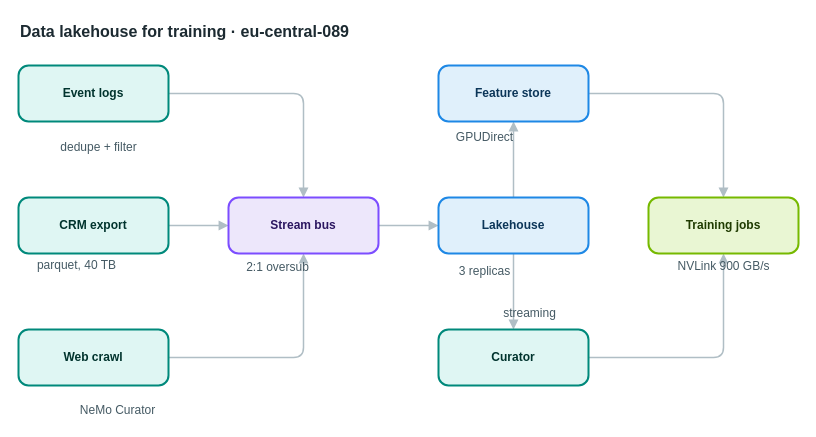
AryanG01/open-apprentice keeps this draw.io diagram as apps/web/public/samples/library/089-data-lakehouse-for-training.drawio. Above is the earlier version. Source tidied: cells renumbered, new cells numbered last; positions are measured from the earlier drawing's top-left corner, leaving out a move shared by most shapes. Both pictures are drawn from the tidied source at 100%, with x=0, y=0 at pixel (18, 17).
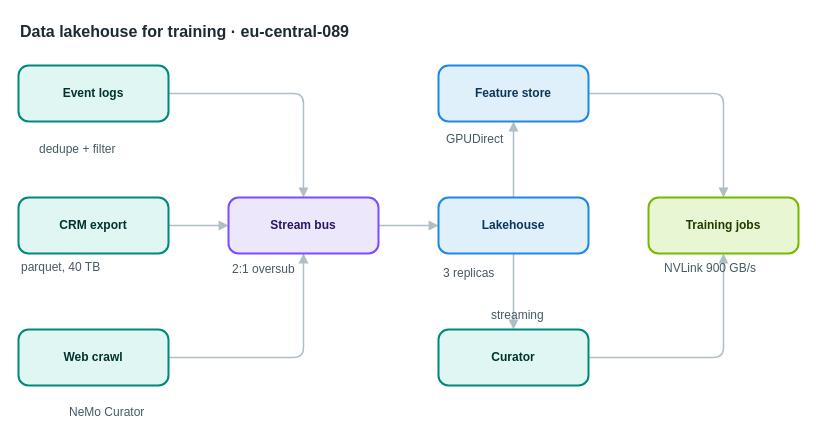
The same diagram, later.

Change to the diagram source:
```diff
@@
-    <mxCell id="19" value="dedupe + filter" style="text;html=1;align=center;verticalAlign=middle;whiteSpace=nowrap;strokeColor=none;fillColor=none;fontSize=12;fontColor=#455a64;" parent="1" vertex="1">
+    <mxCell id="19" value="dedupe + filter" style="text;html=1;align=left;verticalAlign=top;whiteSpace=nowrap;spacing=0;spacingTop=0;strokeColor=none;fillColor=none;fontSize=12;fontColor=#455a64;" parent="1" vertex="1">
       <mxGeometry x="21" y="120" width="117" height="20" as="geometry" />
     </mxCell>
-    <mxCell id="20" value="parquet, 40 TB" style="text;html=1;align=center;verticalAlign=middle;whiteSpace=nowrap;strokeColor=none;fillColor=none;fontSize=12;fontColor=#455a64;" parent="1" vertex="1">
+    <mxCell id="20" value="parquet, 40 TB" style="text;html=1;align=left;verticalAlign=top;whiteSpace=nowrap;spacing=0;spacingTop=0;strokeColor=none;fillColor=none;fontSize=12;fontColor=#455a64;" parent="1" vertex="1">
       <mxGeometry x="3" y="238" width="110" height="20" as="geometry" />
     </mxCell>
-    <mxCell id="21" value="NeMo Curator" style="text;html=1;align=center;verticalAlign=middle;whiteSpace=nowrap;strokeColor=none;fillColor=none;fontSize=12;fontColor=#455a64;" parent="1" vertex="1">
+    <mxCell id="21" value="NeMo Curator" style="text;html=1;align=left;verticalAlign=top;whiteSpace=nowrap;spacing=0;spacingTop=0;strokeColor=none;fillColor=none;fontSize=12;fontColor=#455a64;" parent="1" vertex="1">
       <mxGeometry x="51" y="383" width="96" height="20" as="geometry" />
     </mxCell>
-    <mxCell id="22" value="2:1 oversub" style="text;html=1;align=center;verticalAlign=middle;whiteSpace=nowrap;strokeColor=none;fillColor=none;fontSize=12;fontColor=#455a64;" parent="1" vertex="1">
+    <mxCell id="22" value="2:1 oversub" style="text;html=1;align=left;verticalAlign=top;whiteSpace=nowrap;spacing=0;spacingTop=0;strokeColor=none;fillColor=none;fontSize=12;fontColor=#455a64;" parent="1" vertex="1">
       <mxGeometry x="214" y="240" width="89" height="20" as="geometry" />
     </mxCell>
-    <mxCell id="23" value="3 replicas" style="text;html=1;align=center;verticalAlign=middle;whiteSpace=nowrap;strokeColor=none;fillColor=none;fontSize=12;fontColor=#455a64;" parent="1" vertex="1">
+    <mxCell id="23" value="3 replicas" style="text;html=1;align=left;verticalAlign=top;whiteSpace=nowrap;spacing=0;spacingTop=0;strokeColor=none;fillColor=none;fontSize=12;fontColor=#455a64;" parent="1" vertex="1">
       <mxGeometry x="425" y="244" width="82" height="20" as="geometry" />
     </mxCell>
-    <mxCell id="24" value="GPUDirect" style="text;html=1;align=center;verticalAlign=middle;whiteSpace=nowrap;strokeColor=none;fillColor=none;fontSize=12;fontColor=#455a64;" parent="1" vertex="1">
+    <mxCell id="24" value="GPUDirect" style="text;html=1;align=left;verticalAlign=top;whiteSpace=nowrap;spacing=0;spacingTop=0;strokeColor=none;fillColor=none;fontSize=12;fontColor=#455a64;" parent="1" vertex="1">
       <mxGeometry x="428" y="110" width="75" height="20" as="geometry" />
     </mxCell>
-    <mxCell id="25" value="streaming" style="text;html=1;align=center;verticalAlign=middle;whiteSpace=nowrap;strokeColor=none;fillColor=none;fontSize=12;fontColor=#455a64;" parent="1" vertex="1">
+    <mxCell id="25" value="streaming" style="text;html=1;align=left;verticalAlign=top;whiteSpace=nowrap;spacing=0;spacingTop=0;strokeColor=none;fillColor=none;fontSize=12;fontColor=#455a64;" parent="1" vertex="1">
       <mxGeometry x="473" y="286" width="75" height="20" as="geometry" />
     </mxCell>
-    <mxCell id="26" value="NVLink 900 GB/s" style="text;html=1;align=center;verticalAlign=middle;whiteSpace=nowrap;strokeColor=none;fillColor=none;fontSize=12;fontColor=#455a64;" parent="1" vertex="1">
+    <mxCell id="26" value="NVLink 900 GB/s" style="text;html=1;align=left;verticalAlign=top;whiteSpace=nowrap;spacing=0;spacingTop=0;strokeColor=none;fillColor=none;fontSize=12;fontColor=#455a64;" parent="1" vertex="1">
       <mxGeometry x="646" y="239" width="117" height="20" as="geometry" />
     </mxCell>
```
